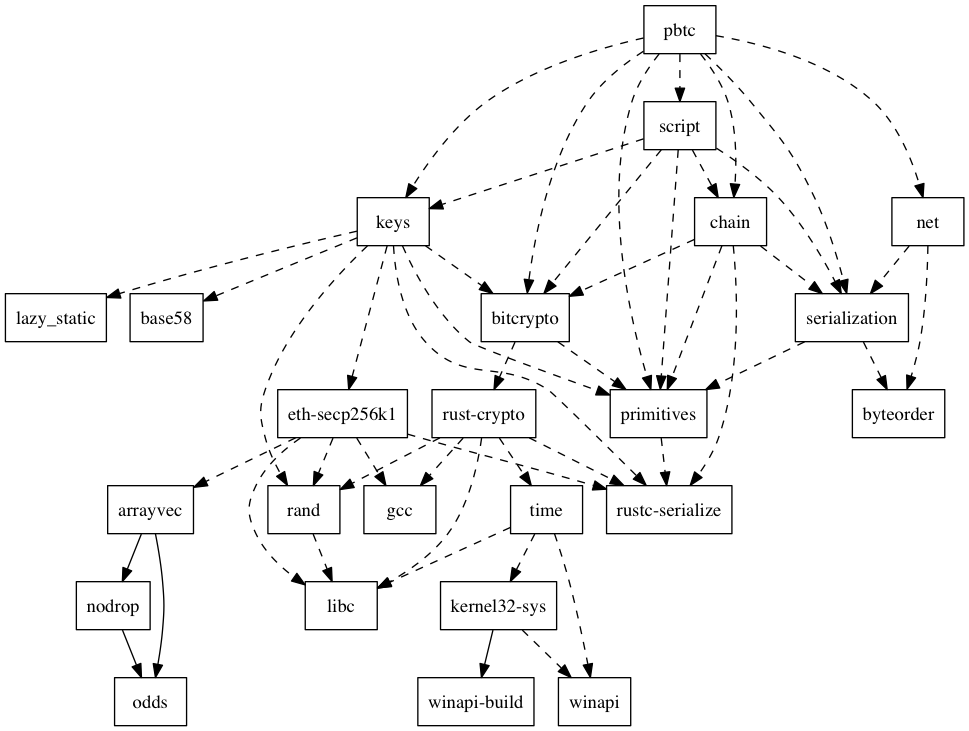
paritytech/parity-bitcoin keeps this Graphviz diagram as tools/graph.png. Above is the earlier version. Its source is kept beside it as tools/graph.dot.
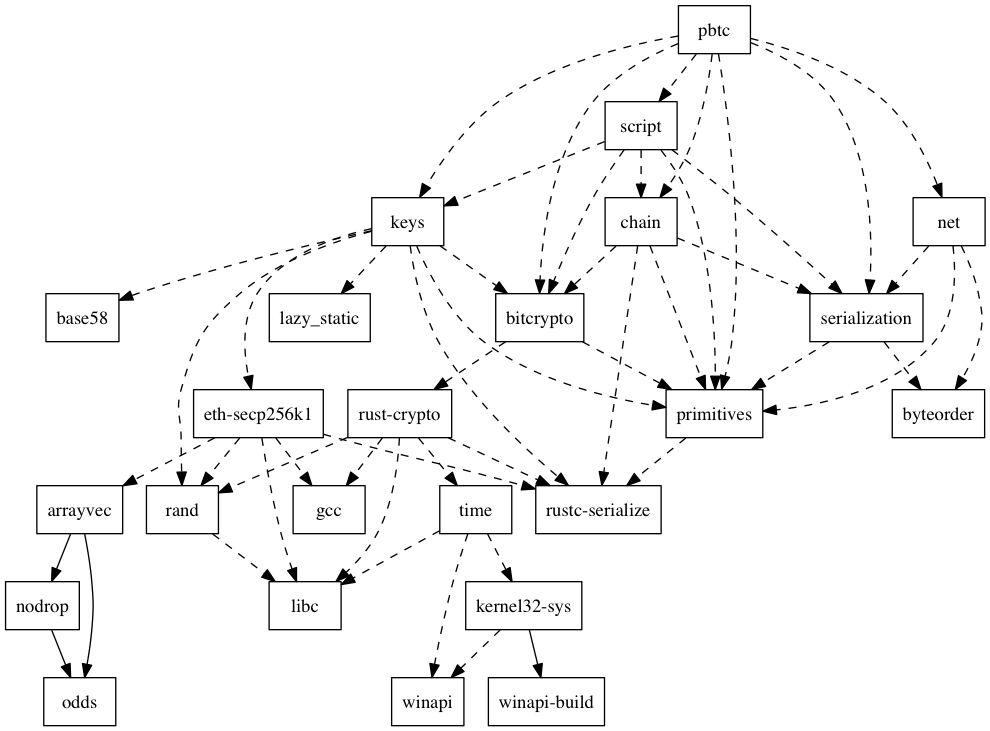
The same file after the commit.

The edit, as a diff of the source:
```diff
@@ -43,6 +43,7 @@
 	N3 -> N15[label="",style=dashed];
 	N3 -> N18[label="",style=dashed];
 	N3 -> N22[label="",style=dashed];
+	N4 -> N5[label="",style=dashed];
 	N4 -> N7[label="",style=dashed];
 	N4 -> N13[label="",style=dashed];
 	N5 -> N14[label="",style=dashed];
```
